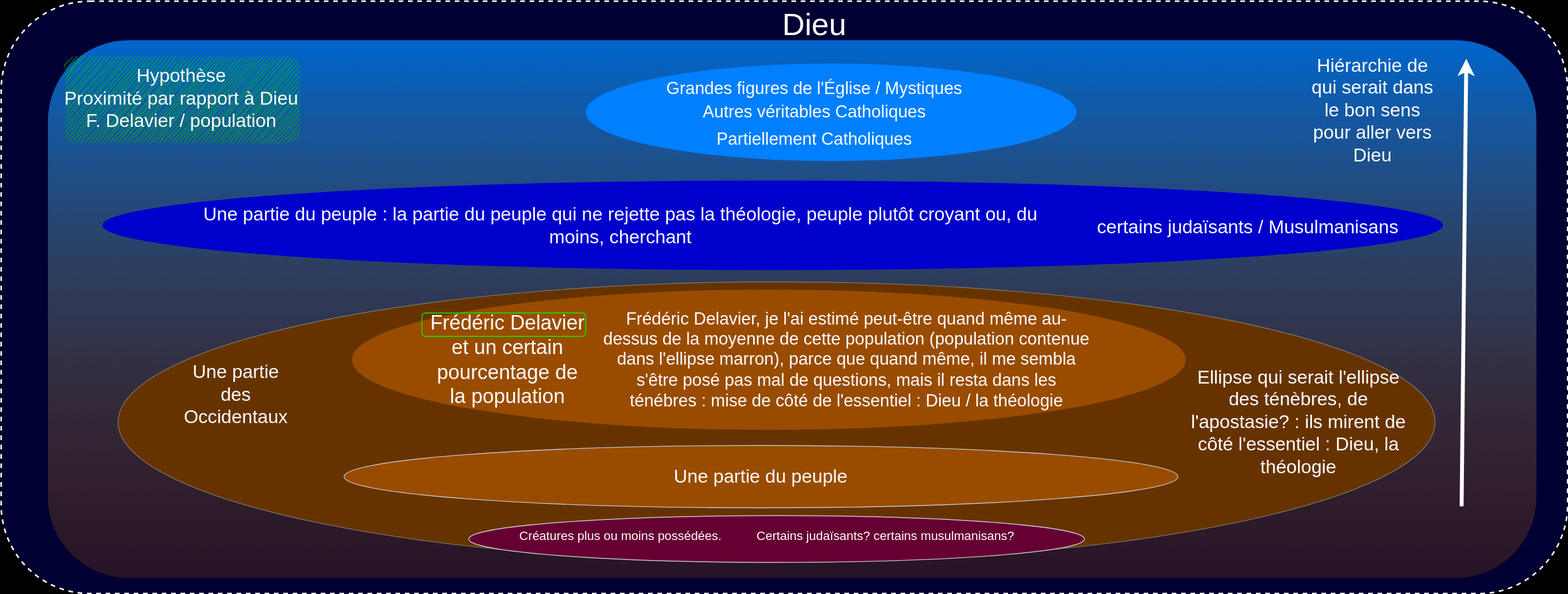
Earlier version of the draw.io export Creaturae/Occidentaux-Orientaux/Images/schéma hiérarchique Delavier.svg (up778/up778.github.io). Source tidied: cells renumbered, new cells last; positions are measured from the earlier drawing's top-left corner, leaving out a move shared by most shapes. Its diagram source:
```xml
<mxGraphModel background="#000000">
  <root>
    <mxCell id="0" />
    <mxCell id="1" parent="0" />
    <mxCell id="2" style="rounded=1;whiteSpace=wrap;html=1;labelBackgroundColor=none;strokeColor=#FFFFFF;fontSize=29;fontColor=#666666;fillColor=#000033;dashed=1;strokeWidth=2;" parent="1" vertex="1">
      <mxGeometry width="2010" height="760" as="geometry" />
    </mxCell>
    <mxCell id="3" style="rounded=1;strokeColor=none;fontColor=#fffffe;fillColor=#0066CC;gradientColor=#994C0040;" parent="1" vertex="1">
      <mxGeometry x="60" y="50" width="1910" height="690" as="geometry" />
    </mxCell>
    <mxCell id="4" style="ellipse;whiteSpace=wrap;html=1;labelBackgroundColor=none;strokeColor=#79796A;fontColor=#FFFFFF;fillColor=#663300;" parent="1" vertex="1">
      <mxGeometry x="150" y="360" width="1690" height="360" as="geometry" />
    </mxCell>
    <mxCell id="5" style="edgeStyle=orthogonalEdgeStyle;rounded=0;orthogonalLoop=1;jettySize=auto;html=1;exitX=0.5;exitY=1;exitDx=0;exitDy=0;strokeColor=#4A0025;strokeWidth=90;" parent="1" edge="1">
      <mxGeometry relative="1" as="geometry">
        <mxPoint x="844.8" y="181.5" as="sourcePoint" />
        <mxPoint x="844.8" y="181.5" as="targetPoint" />
      </mxGeometry>
    </mxCell>
    <mxCell id="6" value="Une partie du peuple" style="ellipse;whiteSpace=wrap;html=1;strokeColor=#CCCCCC;fillColor=#994C00;fontColor=#FFFFFF;fontSize=24;" parent="1" vertex="1">
      <mxGeometry x="440" y="570" width="1070" height="80" as="geometry" />
    </mxCell>
    <mxCell id="7" style="ellipse;whiteSpace=wrap;html=1;strokeColor=none;fillColor=#994C00;fontColor=#FFFFFF;fontSize=24;" parent="1" vertex="1">
      <mxGeometry x="450" y="370" width="1070" height="180" as="geometry" />
    </mxCell>
    <mxCell id="8" value="&lt;font style=&quot;font-size: 24px;&quot;&gt;Ellipse qui serait l'ellipse des ténèbres, de l'apostasie? : ils mirent de côté l'essentiel : Dieu, la théologie&lt;/font&gt;" style="text;html=1;strokeColor=none;fillColor=none;align=center;verticalAlign=middle;whiteSpace=wrap;rounded=0;labelBackgroundColor=none;fontColor=#FFFFFF;fontSize=24;" parent="1" vertex="1">
      <mxGeometry x="1520" y="490" width="290" height="100" as="geometry" />
    </mxCell>
    <mxCell id="9" value="&lt;font style=&quot;font-size: 24px;&quot;&gt;Hiérarchie de qui serait dans le bon sens pour aller vers Dieu&lt;br style=&quot;font-size: 24px;&quot;&gt;&lt;/font&gt;" style="text;html=1;strokeColor=none;fillColor=none;align=center;verticalAlign=middle;whiteSpace=wrap;rounded=0;labelBackgroundColor=none;fontSize=24;fontColor=#FFFFFF;" parent="1" vertex="1">
      <mxGeometry x="1680" y="75" width="160" height="130" as="geometry" />
    </mxCell>
    <mxCell id="10" style="ellipse;whiteSpace=wrap;html=1;dashed=1;labelBackgroundColor=none;strokeColor=none;fontSize=24;fontColor=#666666;fillColor=#0000CC;" parent="1" vertex="1">
      <mxGeometry x="130" y="230" width="1720" height="115" as="geometry" />
    </mxCell>
    <mxCell id="11" style="endArrow=classic;html=1;rounded=0;strokeColor=#FFFFFF;fontSize=16;fontColor=#FFFFFF;strokeWidth=5;" parent="1" edge="1">
      <mxGeometry relative="1" as="geometry">
        <mxPoint x="1874" y="648" as="sourcePoint" />
        <mxPoint x="1880" y="74" as="targetPoint" />
      </mxGeometry>
    </mxCell>
    <mxCell id="12" value="&lt;font style=&quot;font-size: 24px;&quot;&gt;Hypothèse&lt;br&gt;Proximité par rapport à Dieu&lt;br style=&quot;font-size: 24px;&quot;&gt;F. Delavier / population&lt;/font&gt;" style="text;html=1;strokeColor=none;fillColor=#00CC00;align=center;verticalAlign=middle;whiteSpace=wrap;rounded=1;fontSize=24;fontColor=#FFFFFF;sketch=1;curveFitting=1;jiggle=2;" parent="1" vertex="1">
      <mxGeometry x="80" y="70" width="303" height="110" as="geometry" />
    </mxCell>
    <mxCell id="13" value="&lt;font style=&quot;font-size: 24px;&quot;&gt;Une partie des Occidentaux&lt;/font&gt;" style="text;html=1;strokeColor=none;fillColor=none;align=center;verticalAlign=middle;whiteSpace=wrap;rounded=0;fontColor=#FFFFFF;" parent="1" vertex="1">
      <mxGeometry x="230" y="440" width="143" height="130" as="geometry" />
    </mxCell>
    <mxCell id="14" value="&lt;font style=&quot;font-size: 24px;&quot;&gt;Une partie du peuple : la partie du peuple qui ne rejette pas la théologie, peuple plutôt croyant ou, du moins, cherchant&lt;/font&gt;" style="text;html=1;strokeColor=none;fillColor=none;align=center;verticalAlign=middle;whiteSpace=wrap;rounded=0;fontColor=#FFFFFF;" parent="1" vertex="1">
      <mxGeometry x="249" y="261.2" width="1092" height="52.5" as="geometry" />
    </mxCell>
    <mxCell id="15" value="&lt;font style=&quot;font-size: 22px;&quot; color=&quot;#ffffff&quot;&gt;Frédéric Delavier, je l'ai estimé peut-être quand même au-dessus de la moyenne de cette population (population contenue dans l'ellipse marron), parce que quand même, il me sembla s'être posé pas mal de questions, mais il resta dans les ténébres : mise de côté de l'essentiel : Dieu / la théologie&lt;/font&gt;" style="text;html=1;strokeColor=none;fillColor=none;align=center;verticalAlign=middle;whiteSpace=wrap;rounded=0;fontSize=20;" parent="1" vertex="1">
      <mxGeometry x="770" y="375" width="630" height="170" as="geometry" />
    </mxCell>
    <mxCell id="16" value="Dieu" style="text;strokeColor=none;fillColor=none;align=center;verticalAlign=middle;rounded=0;fontColor=#fffffe;fontSize=40;" parent="1" vertex="1">
      <mxGeometry x="1013.8" y="10" width="60" height="30" as="geometry" />
    </mxCell>
    <mxCell id="17" value="Frédéric Delavier et un certain pourcentage de la population" style="text;strokeColor=none;fillColor=none;align=center;verticalAlign=middle;rounded=0;fontColor=#fffffe;fontSize=26;whiteSpace=wrap;" parent="1" vertex="1">
      <mxGeometry x="550" y="445" width="200" height="30" as="geometry" />
    </mxCell>
    <mxCell id="18" style="rounded=1;strokeColor=default;fontColor=#fffffe;fillColor=none;" parent="1" vertex="1">
      <mxGeometry x="540" y="400" width="210" height="30" as="geometry" />
    </mxCell>
    <mxCell id="19" style="ellipse;whiteSpace=wrap;html=1;strokeColor=none;fillColor=#007FFF;fontColor=#FFFFFF;fontSize=24;" parent="1" vertex="1">
      <mxGeometry x="750" y="80" width="630" height="125" as="geometry" />
    </mxCell>
    <mxCell id="20" value="certains judaïsants / Musulmanisans" style="text;strokeColor=none;fillColor=none;align=center;verticalAlign=middle;rounded=0;fontColor=#fffffe;fontSize=24;" parent="1" vertex="1">
      <mxGeometry x="1570" y="272.5" width="60" height="30" as="geometry" />
    </mxCell>
    <mxCell id="21" value="Autres véritables Catholiques" style="text;strokeColor=none;fillColor=none;align=center;verticalAlign=middle;rounded=0;fontColor=#fffffe;fontSize=22;" parent="1" vertex="1">
      <mxGeometry x="913.8" y="120" width="260" height="40" as="geometry" />
    </mxCell>
    <mxCell id="22" value="Grandes figures de l'Église / Mystiques" style="text;strokeColor=none;fillColor=none;align=center;verticalAlign=middle;rounded=0;fontColor=#fffffe;fontSize=22;" parent="1" vertex="1">
      <mxGeometry x="913.8" y="90" width="260" height="40" as="geometry" />
    </mxCell>
    <mxCell id="23" value="Partiellement Catholiques" style="text;strokeColor=none;fillColor=none;align=center;verticalAlign=middle;rounded=0;fontColor=#fffffe;fontSize=22;" parent="1" vertex="1">
      <mxGeometry x="1013.8" y="160" width="60" height="30" as="geometry" />
    </mxCell>
    <mxCell id="24" style="ellipse;whiteSpace=wrap;html=1;strokeColor=#CCCCCC;fillColor=#660033;fontColor=#FFFFFF;fontSize=24;" parent="1" vertex="1">
      <mxGeometry x="600" y="660" width="790" height="60" as="geometry" />
    </mxCell>
    <mxCell id="25" value="Créatures plus ou moins possédées." style="text;strokeColor=none;fillColor=none;align=center;verticalAlign=middle;rounded=0;fontColor=#fffffe;fontSize=16;" parent="1" vertex="1">
      <mxGeometry x="650" y="670" width="290" height="30" as="geometry" />
    </mxCell>
    <mxCell id="26" value="Certains judaïsants? certains musulmanisans?" style="text;strokeColor=none;fillColor=none;align=center;verticalAlign=middle;rounded=0;fontColor=#fffffe;fontSize=16;" parent="1" vertex="1">
      <mxGeometry x="990" y="670" width="290" height="30" as="geometry" />
    </mxCell>
  </root>
</mxGraphModel>
```
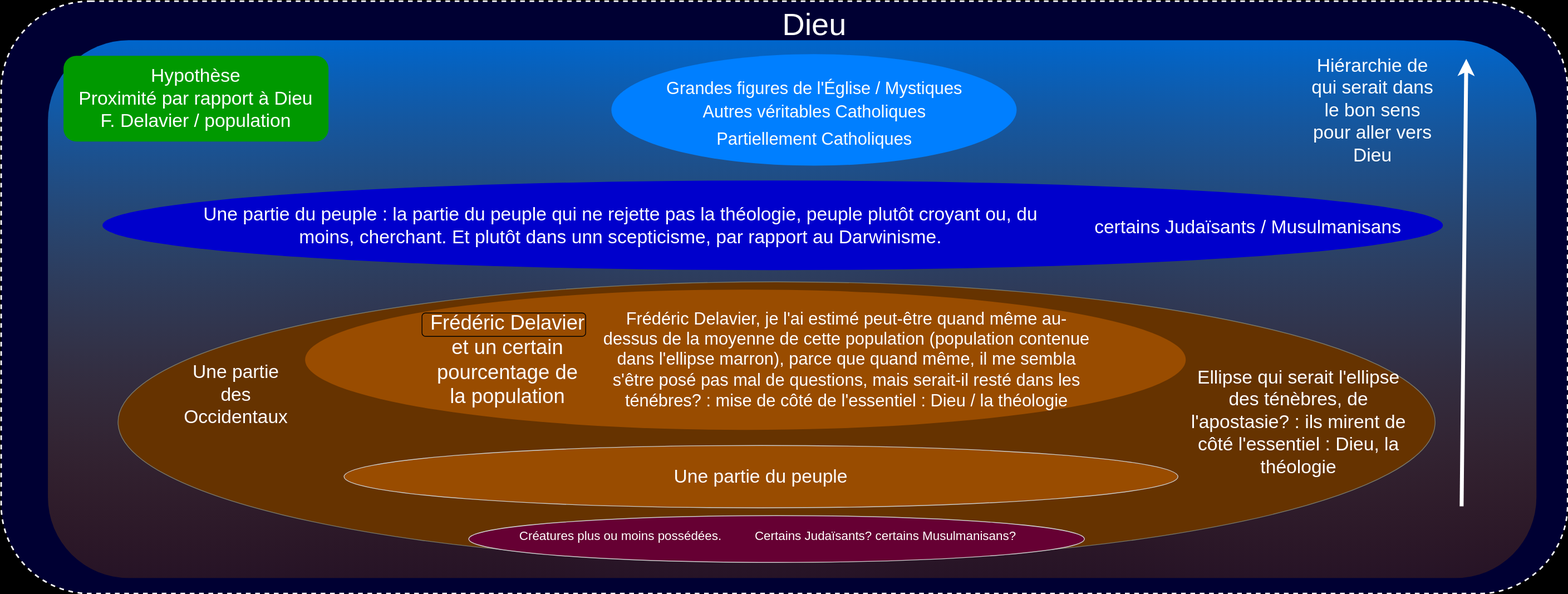
The same diagram one commit later.

The edit, as a diff of the source:
```diff
@@ -21,7 +21,7 @@
       <mxGeometry x="440" y="570" width="1070" height="80" as="geometry" />
     </mxCell>
     <mxCell id="7" style="ellipse;whiteSpace=wrap;html=1;strokeColor=none;fillColor=#994C00;fontColor=#FFFFFF;fontSize=24;" parent="1" vertex="1">
-      <mxGeometry x="450" y="370" width="1070" height="180" as="geometry" />
+      <mxGeometry x="390" y="370" width="1130" height="180" as="geometry" />
     </mxCell>
     <mxCell id="8" value="&lt;font style=&quot;font-size: 24px;&quot;&gt;Ellipse qui serait l'ellipse des ténèbres, de l'apostasie? : ils mirent de côté l'essentiel : Dieu, la théologie&lt;/font&gt;" style="text;html=1;strokeColor=none;fillColor=none;align=center;verticalAlign=middle;whiteSpace=wrap;rounded=0;labelBackgroundColor=none;fontColor=#FFFFFF;fontSize=24;" parent="1" vertex="1">
       <mxGeometry x="1520" y="490" width="290" height="100" as="geometry" />
@@ -38,16 +38,16 @@
         <mxPoint x="1880" y="74" as="targetPoint" />
       </mxGeometry>
     </mxCell>
-    <mxCell id="12" value="&lt;font style=&quot;font-size: 24px;&quot;&gt;Hypothèse&lt;br&gt;Proximité par rapport à Dieu&lt;br style=&quot;font-size: 24px;&quot;&gt;F. Delavier / population&lt;/font&gt;" style="text;html=1;strokeColor=none;fillColor=#00CC00;align=center;verticalAlign=middle;whiteSpace=wrap;rounded=1;fontSize=24;fontColor=#FFFFFF;sketch=1;curveFitting=1;jiggle=2;" parent="1" vertex="1">
-      <mxGeometry x="80" y="70" width="303" height="110" as="geometry" />
+    <mxCell id="12" value="&lt;font style=&quot;font-size: 24px;&quot;&gt;Hypothèse&lt;br&gt;Proximité par rapport à Dieu&lt;br style=&quot;font-size: 24px;&quot;&gt;F. Delavier / population&lt;/font&gt;" style="text;html=1;strokeColor=none;fillColor=#009900;align=center;verticalAlign=middle;whiteSpace=wrap;rounded=1;fontSize=24;fontColor=#FFFFFF;" parent="1" vertex="1">
+      <mxGeometry x="80" y="70" width="340" height="110" as="geometry" />
     </mxCell>
     <mxCell id="13" value="&lt;font style=&quot;font-size: 24px;&quot;&gt;Une partie des Occidentaux&lt;/font&gt;" style="text;html=1;strokeColor=none;fillColor=none;align=center;verticalAlign=middle;whiteSpace=wrap;rounded=0;fontColor=#FFFFFF;" parent="1" vertex="1">
       <mxGeometry x="230" y="440" width="143" height="130" as="geometry" />
     </mxCell>
-    <mxCell id="14" value="&lt;font style=&quot;font-size: 24px;&quot;&gt;Une partie du peuple : la partie du peuple qui ne rejette pas la théologie, peuple plutôt croyant ou, du moins, cherchant&lt;/font&gt;" style="text;html=1;strokeColor=none;fillColor=none;align=center;verticalAlign=middle;whiteSpace=wrap;rounded=0;fontColor=#FFFFFF;" parent="1" vertex="1">
+    <mxCell id="14" value="&lt;font style=&quot;font-size: 24px;&quot;&gt;Une partie du peuple : la partie du peuple qui ne rejette pas la théologie, peuple plutôt croyant ou, du moins, cherchant. Et plutôt dans unn scepticisme, par rapport au Darwinisme.&lt;/font&gt;" style="text;html=1;strokeColor=none;fillColor=none;align=center;verticalAlign=middle;whiteSpace=wrap;rounded=0;fontColor=#FFFFFF;" parent="1" vertex="1">
       <mxGeometry x="249" y="261.2" width="1092" height="52.5" as="geometry" />
     </mxCell>
-    <mxCell id="15" value="&lt;font style=&quot;font-size: 22px;&quot; color=&quot;#ffffff&quot;&gt;Frédéric Delavier, je l'ai estimé peut-être quand même au-dessus de la moyenne de cette population (population contenue dans l'ellipse marron), parce que quand même, il me sembla s'être posé pas mal de questions, mais il resta dans les ténébres : mise de côté de l'essentiel : Dieu / la théologie&lt;/font&gt;" style="text;html=1;strokeColor=none;fillColor=none;align=center;verticalAlign=middle;whiteSpace=wrap;rounded=0;fontSize=20;" parent="1" vertex="1">
+    <mxCell id="15" value="&lt;font style=&quot;font-size: 22px;&quot; color=&quot;#ffffff&quot;&gt;Frédéric Delavier, je l'ai estimé peut-être quand même au-dessus de la moyenne de cette population (population contenue dans l'ellipse marron), parce que quand même, il me sembla s'être posé pas mal de questions, mais serait-il resté dans les ténébres? : mise de côté de l'essentiel : Dieu / la théologie&lt;/font&gt;" style="text;html=1;strokeColor=none;fillColor=none;align=center;verticalAlign=middle;whiteSpace=wrap;rounded=0;fontSize=20;" parent="1" vertex="1">
       <mxGeometry x="770" y="375" width="630" height="170" as="geometry" />
     </mxCell>
     <mxCell id="16" value="Dieu" style="text;strokeColor=none;fillColor=none;align=center;verticalAlign=middle;rounded=0;fontColor=#fffffe;fontSize=40;" parent="1" vertex="1">
@@ -60,10 +60,10 @@
       <mxGeometry x="540" y="400" width="210" height="30" as="geometry" />
     </mxCell>
     <mxCell id="19" style="ellipse;whiteSpace=wrap;html=1;strokeColor=none;fillColor=#007FFF;fontColor=#FFFFFF;fontSize=24;" parent="1" vertex="1">
-      <mxGeometry x="750" y="80" width="630" height="125" as="geometry" />
+      <mxGeometry x="783" y="68" width="520" height="143" as="geometry" />
     </mxCell>
-    <mxCell id="20" value="certains judaïsants / Musulmanisans" style="text;strokeColor=none;fillColor=none;align=center;verticalAlign=middle;rounded=0;fontColor=#fffffe;fontSize=24;" parent="1" vertex="1">
-      <mxGeometry x="1570" y="272.5" width="60" height="30" as="geometry" />
+    <mxCell id="20" value="certains Judaïsants / Musulmanisans" style="text;strokeColor=none;fillColor=none;align=center;verticalAlign=middle;rounded=0;fontColor=#fffffe;fontSize=24;" parent="1" vertex="1">
+      <mxGeometry x="1420" y="272.5" width="360" height="30" as="geometry" />
     </mxCell>
     <mxCell id="21" value="Autres véritables Catholiques" style="text;strokeColor=none;fillColor=none;align=center;verticalAlign=middle;rounded=0;fontColor=#fffffe;fontSize=22;" parent="1" vertex="1">
       <mxGeometry x="913.8" y="120" width="260" height="40" as="geometry" />
@@ -80,7 +80,7 @@
     <mxCell id="25" value="Créatures plus ou moins possédées." style="text;strokeColor=none;fillColor=none;align=center;verticalAlign=middle;rounded=0;fontColor=#fffffe;fontSize=16;" parent="1" vertex="1">
       <mxGeometry x="650" y="670" width="290" height="30" as="geometry" />
     </mxCell>
-    <mxCell id="26" value="Certains judaïsants? certains musulmanisans?" style="text;strokeColor=none;fillColor=none;align=center;verticalAlign=middle;rounded=0;fontColor=#fffffe;fontSize=16;" parent="1" vertex="1">
+    <mxCell id="26" value="Certains Judaïsants? certains Musulmanisans?" style="text;strokeColor=none;fillColor=none;align=center;verticalAlign=middle;rounded=0;fontColor=#fffffe;fontSize=16;" parent="1" vertex="1">
       <mxGeometry x="990" y="670" width="290" height="30" as="geometry" />
     </mxCell>
   </root>
```
